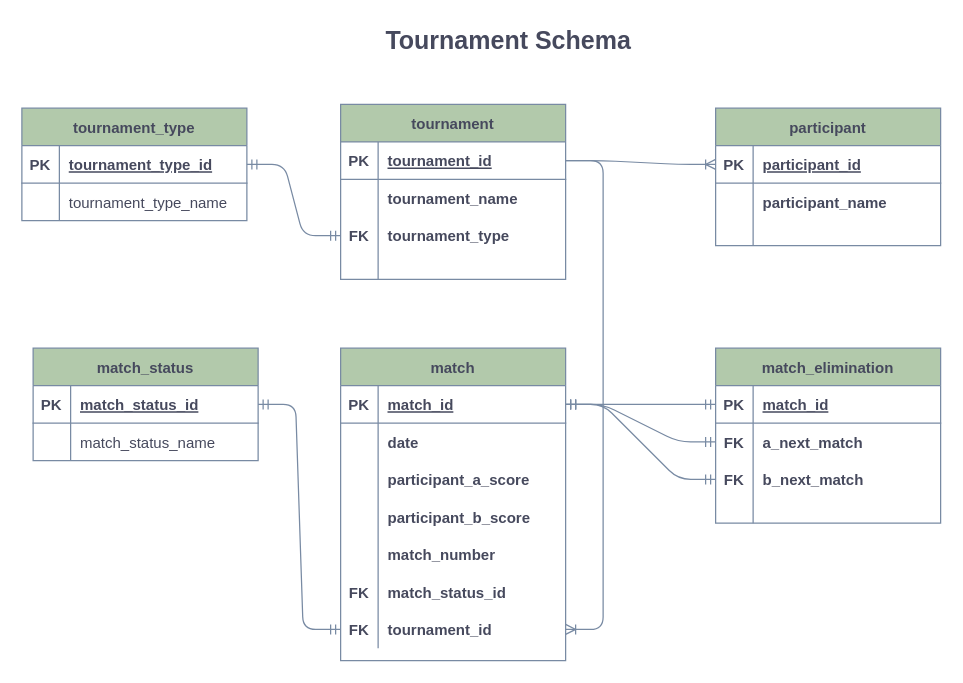
Earlier version of the draw.io diagram Documentation/Diagrams/tournament-schema.drawio (kenji-nicholson/runbracket). Source tidied: cells renumbered, new cells numbered last; positions are measured from the earlier drawing's top-left corner, leaving out a move shared by most shapes. Both pictures are drawn from the tidied source at 125%, with x=0, y=0 at pixel (21, 21).
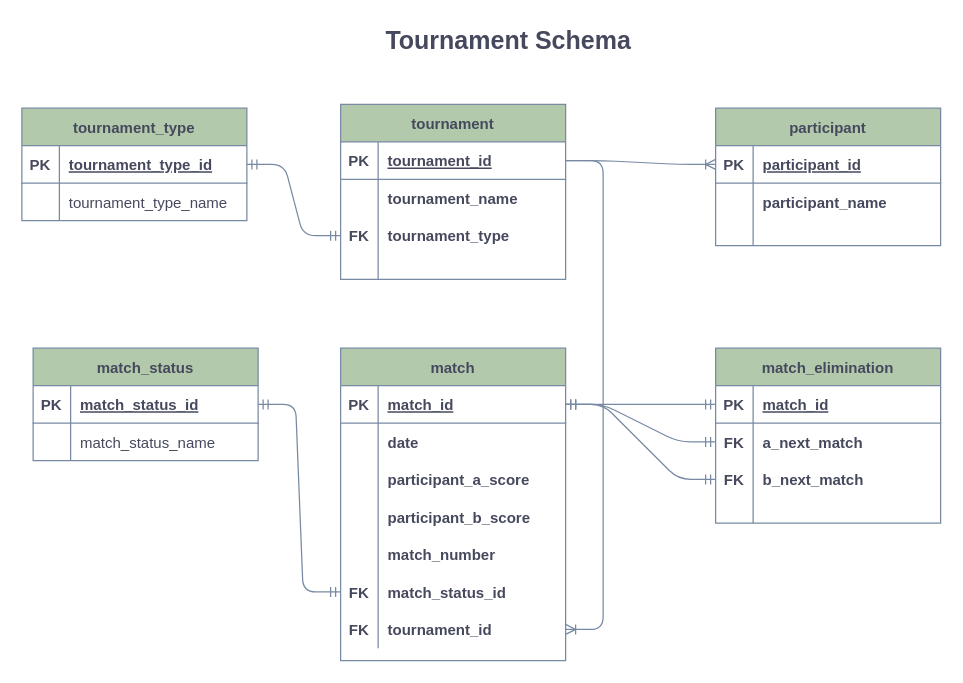
The same page after the edit.

Unchanged cells that the change refers to:
```xml
<mxCell id="49" style="shape=partialRectangle;fillColor=none;top=0;left=0;bottom=0;right=0;points=[[0,0.5],[1,0.5]];portConstraint=eastwest;strokeColor=#788AA3;fontColor=#46495D;" parent="33" vertex="1">
  <mxGeometry y="180" width="180" height="30" as="geometry" />
</mxCell>
<mxCell id="52" style="shape=partialRectangle;fillColor=none;top=0;left=0;bottom=0;right=0;points=[[0,0.5],[1,0.5]];portConstraint=eastwest;strokeColor=#788AA3;fontColor=#46495D;fontStyle=0;" parent="33" vertex="1">
  <mxGeometry y="210" width="180" height="30" as="geometry" />
</mxCell>
<mxCell id="75" style="shape=partialRectangle;fillColor=none;top=0;left=0;bottom=1;right=0;points=[[0,0.5],[1,0.5]];portConstraint=eastwest;strokeColor=#788AA3;fontColor=#46495D;" parent="74" vertex="1">
  <mxGeometry y="30" width="180" height="30" as="geometry" />
</mxCell>
```

Change to the diagram source:
```diff
@@
-    <mxCell id="81" style="edgeStyle=entityRelationEdgeStyle;fontSize=12;html=1;endArrow=ERmandOne;startArrow=ERmandOne;strokeColor=#788AA3;fillColor=#B2C9AB;exitX=0;exitY=0.5;exitDx=0;exitDy=0;entryX=1;entryY=0.5;entryDx=0;entryDy=0;" parent="1" edge="1" source="52" target="75">
+    <mxCell id="81" style="edgeStyle=entityRelationEdgeStyle;fontSize=12;html=1;endArrow=ERmandOne;startArrow=ERmandOne;strokeColor=#788AA3;fillColor=#B2C9AB;exitX=0;exitY=0.5;exitDx=0;exitDy=0;entryX=1;entryY=0.5;entryDx=0;entryDy=0;" parent="1" edge="1" source="49" target="75">
       <mxGeometry relative="1" as="geometry" />
     </mxCell>
```
